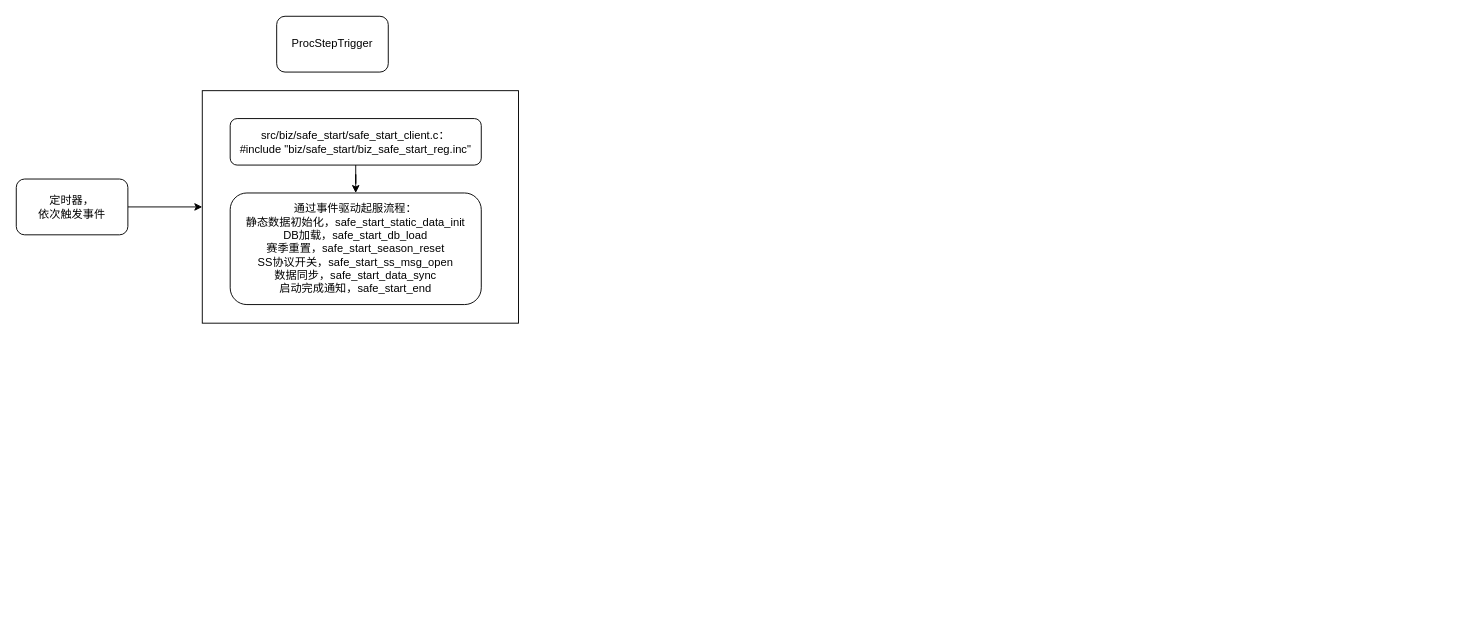
junpfeng/UE keeps this draw.io diagram as 起服与登录.drawio. Above is the earlier version. Source tidied: cells renumbered, new cells numbered last; positions are measured from the earlier drawing's top-left corner, leaving out a move shared by most shapes. Both pictures are drawn from the tidied source at 93%, with x=0, y=0 at pixel (16, 16).
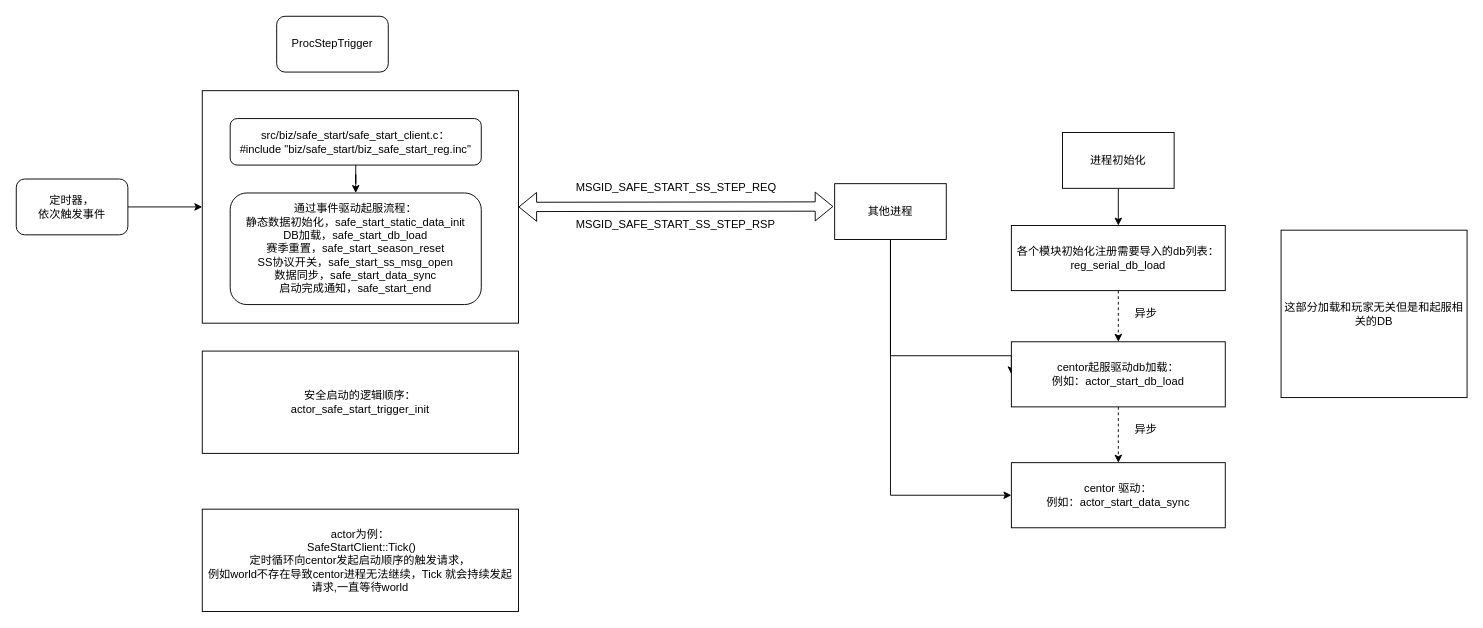
The same page after the edit.

Commit message:
更新起服与登录.drawio

The change refers to these unchanged cells:
```xml
<mxCell id="5" style="rounded=0;whiteSpace=wrap;html=1;fillColor=none;" parent="1" vertex="1">
  <mxGeometry x="200" y="80" width="340" height="250" as="geometry" />
</mxCell>
```

Change to the diagram source:
```diff
@@
+    <mxCell id="9" style="edgeStyle=orthogonalEdgeStyle;rounded=0;jettySize=auto;html=1;entryX=0;entryY=0.5;entryDx=0;entryDy=0;" parent="1" edge="1" source="11" target="22">
+      <mxGeometry relative="1" as="geometry">
+        <Array as="points">
+          <mxPoint x="940" y="365" />
+        </Array>
+      </mxGeometry>
+    </mxCell>
+    <mxCell id="10" style="edgeStyle=orthogonalEdgeStyle;rounded=0;jettySize=auto;html=1;entryX=0;entryY=0.5;entryDx=0;entryDy=0;" parent="1" edge="1" source="11" target="24">
+      <mxGeometry relative="1" as="geometry">
+        <Array as="points">
+          <mxPoint x="940" y="515" />
+        </Array>
+      </mxGeometry>
+    </mxCell>
+    <mxCell id="11" value="其他进程" style="rounded=0;whiteSpace=wrap;html=1;" parent="1" vertex="1">
+      <mxGeometry x="880" y="180" width="120" height="60" as="geometry" />
+    </mxCell>
+    <mxCell id="12" style="shape=flexArrow;endArrow=classic;startArrow=classic;html=1;rounded=0;entryX=-0.012;entryY=0.409;entryDx=0;entryDy=0;entryPerimeter=0;exitX=1;exitY=0.5;exitDx=0;exitDy=0;" parent="1" edge="1" source="5" target="11">
+      <mxGeometry relative="1" as="geometry" />
+    </mxCell>
+    <mxCell id="13" value="MSGID_SAFE_START_SS_STEP_RSP" style="text;whiteSpace=wrap;" parent="1" vertex="1">
+      <mxGeometry x="600" y="210" width="250" height="30" as="geometry" />
+    </mxCell>
+    <mxCell id="14" value="MSGID_SAFE_START_SS_STEP_REQ" style="text;whiteSpace=wrap;" parent="1" vertex="1">
+      <mxGeometry x="600" y="170" width="250" height="20" as="geometry" />
+    </mxCell>
+    <mxCell id="15" value="&lt;div&gt;安全启动的逻辑顺序：&lt;/div&gt;actor_safe_start_trigger_init" style="rounded=0;whiteSpace=wrap;html=1;" parent="1" vertex="1">
+      <mxGeometry x="200" y="360" width="340" height="110" as="geometry" />
+    </mxCell>
+    <mxCell id="16" value="actor为例：&lt;div&gt;&amp;nbsp;SafeStartClient::Tick()&lt;/div&gt;&lt;div&gt;定时循环向centor发起启动顺序的触发请求，&lt;/div&gt;&lt;div&gt;例如world不存在导致centor进程无法继续，Tick 就会持续发起请求,一直等待world&lt;/div&gt;" style="rounded=0;whiteSpace=wrap;html=1;" parent="1" vertex="1">
+      <mxGeometry x="200" y="530" width="340" height="110" as="geometry" />
+    </mxCell>
+    <mxCell id="17" style="edgeStyle=orthogonalEdgeStyle;rounded=0;jettySize=auto;html=1;" parent="1" edge="1" source="18" target="20">
+      <mxGeometry relative="1" as="geometry" />
+    </mxCell>
+    <mxCell id="18" value="进程初始化" style="rounded=0;whiteSpace=wrap;html=1;" parent="1" vertex="1">
+      <mxGeometry x="1125" y="125" width="120" height="60" as="geometry" />
+    </mxCell>
+    <mxCell id="19" style="edgeStyle=orthogonalEdgeStyle;rounded=0;jettySize=auto;html=1;dashed=1;" parent="1" edge="1" source="20" target="22">
+      <mxGeometry relative="1" as="geometry" />
+    </mxCell>
+    <mxCell id="20" value="各个模块初始化注册需要导入的db列表：&lt;div&gt;reg_serial_db_load&lt;/div&gt;" style="rounded=0;whiteSpace=wrap;html=1;" parent="1" vertex="1">
+      <mxGeometry x="1070" y="225" width="230" height="70" as="geometry" />
+    </mxCell>
+    <mxCell id="21" style="edgeStyle=orthogonalEdgeStyle;rounded=0;jettySize=auto;html=1;dashed=1;" parent="1" edge="1" source="22" target="24">
+      <mxGeometry relative="1" as="geometry" />
+    </mxCell>
+    <mxCell id="22" value="centor起服驱动db加载：&lt;div&gt;例如：actor_start_db_load&lt;/div&gt;" style="rounded=0;whiteSpace=wrap;html=1;" parent="1" vertex="1">
+      <mxGeometry x="1070" y="350" width="230" height="70" as="geometry" />
+    </mxCell>
+    <mxCell id="23" value="这部分加载和玩家无关但是和起服相关的DB" style="rounded=0;whiteSpace=wrap;html=1;" parent="1" vertex="1">
+      <mxGeometry x="1360" y="230" width="200" height="180" as="geometry" />
+    </mxCell>
+    <mxCell id="24" value="&lt;div&gt;centor 驱动：&lt;/div&gt;例如：actor_start_data_sync" style="rounded=0;whiteSpace=wrap;html=1;" parent="1" vertex="1">
+      <mxGeometry x="1070" y="480" width="230" height="70" as="geometry" />
+    </mxCell>
+    <mxCell id="25" value="异步" style="text;html=1;align=center;verticalAlign=middle;whiteSpace=wrap;rounded=0;" parent="1" vertex="1">
+      <mxGeometry x="1185" y="305" width="60" height="30" as="geometry" />
+    </mxCell>
+    <mxCell id="26" value="异步" style="text;html=1;align=center;verticalAlign=middle;whiteSpace=wrap;rounded=0;" parent="1" vertex="1">
+      <mxGeometry x="1185" y="430" width="60" height="30" as="geometry" />
+    </mxCell>
```
